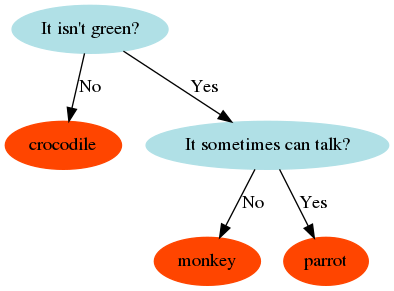
Before: tree_graph.dot.png, a diagram exported from Graphviz (9OMShitikov/akinator). Its source is kept beside it as tree_graph.dot. Source of this version:
```dot
digraph akinator_tree {
v0 [label = "It isn't green?", style = filled, color = powderblue]
v1 [label = "crocodile", style = filled, color = orangered]
v2 [label = "It sometimes can talk?", style = filled, color = powderblue]
v3 [label = "monkey", style = filled, color = orangered]
v4 [label = "parrot", style = filled, color = orangered]
v0->v1 [label = "No"]
v0->v2 [label = "Yes"]
{rank = same; v1, v2}
v2->v3 [label = "No"]
v2->v4 [label = "Yes"]
{rank = same; v3, v4}
}
```
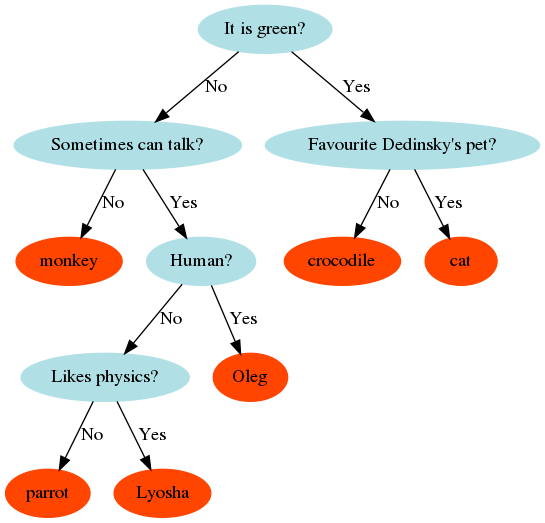
After the commit.

What changed in the source:
```diff
@@ -1,13 +1,28 @@
 digraph akinator_tree {
-v0 [label = "It isn't green?", style = filled, color = powderblue]
-v1 [label = "crocodile", style = filled, color = orangered]
-v2 [label = "It sometimes can talk?", style = filled, color = powderblue]
-v3 [label = "monkey", style = filled, color = orangered]
-v4 [label = "parrot", style = filled, color = orangered]
+v0 [label = "It is green?", style = filled, color = powderblue]
+v1 [label = "Sometimes can talk?", style = filled, color = powderblue]
+v2 [label = "Favourite Dedinsky's pet?", style = filled, color = powderblue]
+v3 [label = "crocodile", style = filled, color = orangered]
+v4 [label = "cat", style = filled, color = orangered]
+v5 [label = "monkey", style = filled, color = orangered]
+v6 [label = "Human?", style = filled, color = powderblue]
+v7 [label = "Likes physics?", style = filled, color = powderblue]
+v8 [label = "Oleg", style = filled, color = orangered]
+v9 [label = "parrot", style = filled, color = orangered]
+v10 [label = "Lyosha", style = filled, color = orangered]
 v0->v1 [label = "No"]
 v0->v2 [label = "Yes"]
 {rank = same; v1, v2}
+v1->v5 [label = "No"]
+v1->v6 [label = "Yes"]
+{rank = same; v5, v6}
 v2->v3 [label = "No"]
 v2->v4 [label = "Yes"]
 {rank = same; v3, v4}
+v6->v7 [label = "No"]
+v6->v8 [label = "Yes"]
+{rank = same; v7, v8}
+v7->v9 [label = "No"]
+v7->v10 [label = "Yes"]
+{rank = same; v9, v10}
 }
```
